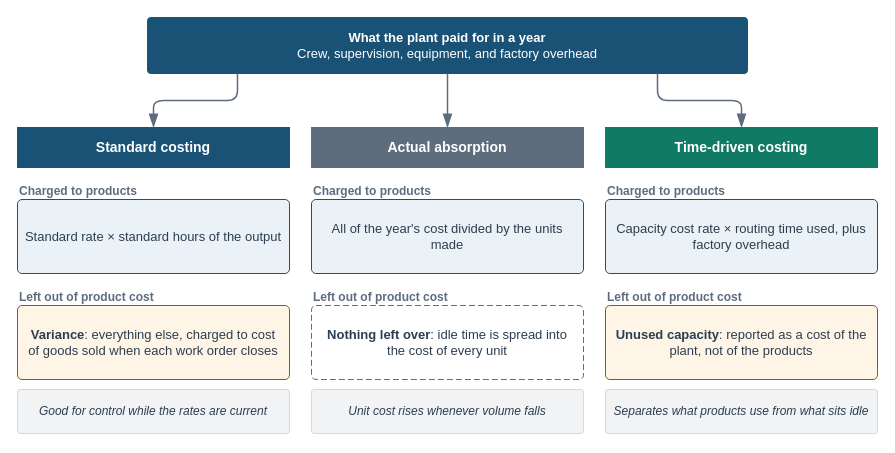
Before: visuals/src/fig-18-01-costing-views.drawio in mmcodesso/Accounting_Analytics_Book, a draw.io diagram. Source tidied: cells renumbered, new cells numbered last; positions are measured from the earlier drawing's top-left corner, leaving out a move shared by most shapes. Both pictures are drawn from the tidied source at 100%, with x=0, y=0 at pixel (17, 17).
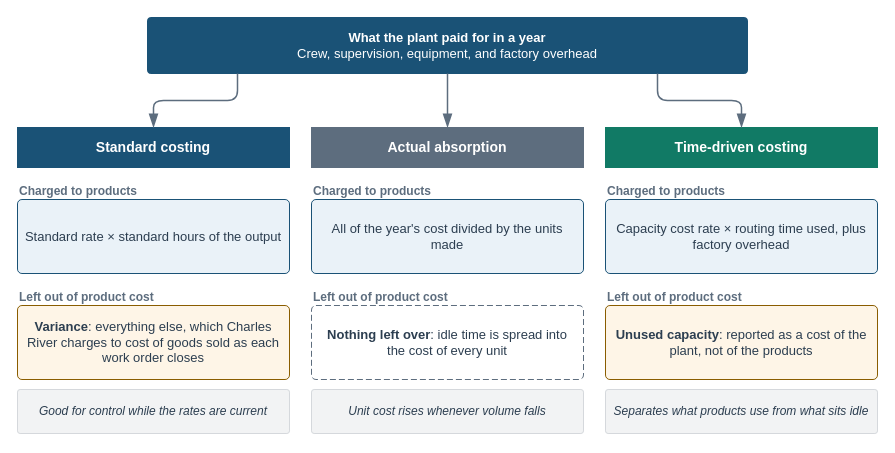
The same diagram, later.

What changed in the source:
```diff
@@
-    <mxCell id="9" value="&lt;b&gt;Variance&lt;/b&gt;: everything else, charged to cost of goods sold when each work order closes" style="rounded=1;arcSize=6;whiteSpace=wrap;html=1;fillColor=#FEF5E7;strokeColor=#8A5D00;strokeWidth=1;fontColor=#2C3E50;fontSize=13;fontStyle=0;align=center;verticalAlign=middle;fontFamily=Helvetica;spacingLeft=6;spacingRight=6;" parent="1" vertex="1">
+    <mxCell id="9" value="&lt;b&gt;Variance&lt;/b&gt;: everything else, which Charles River charges to cost of goods sold as each work order closes" style="rounded=1;arcSize=6;whiteSpace=wrap;html=1;fillColor=#FEF5E7;strokeColor=#8A5D00;strokeWidth=1;fontColor=#2C3E50;fontSize=13;fontStyle=0;align=center;verticalAlign=middle;fontFamily=Helvetica;spacingLeft=6;spacingRight=6;" parent="1" vertex="1">
       <mxGeometry y="288" width="272" height="74" as="geometry" />
     </mxCell>
```
